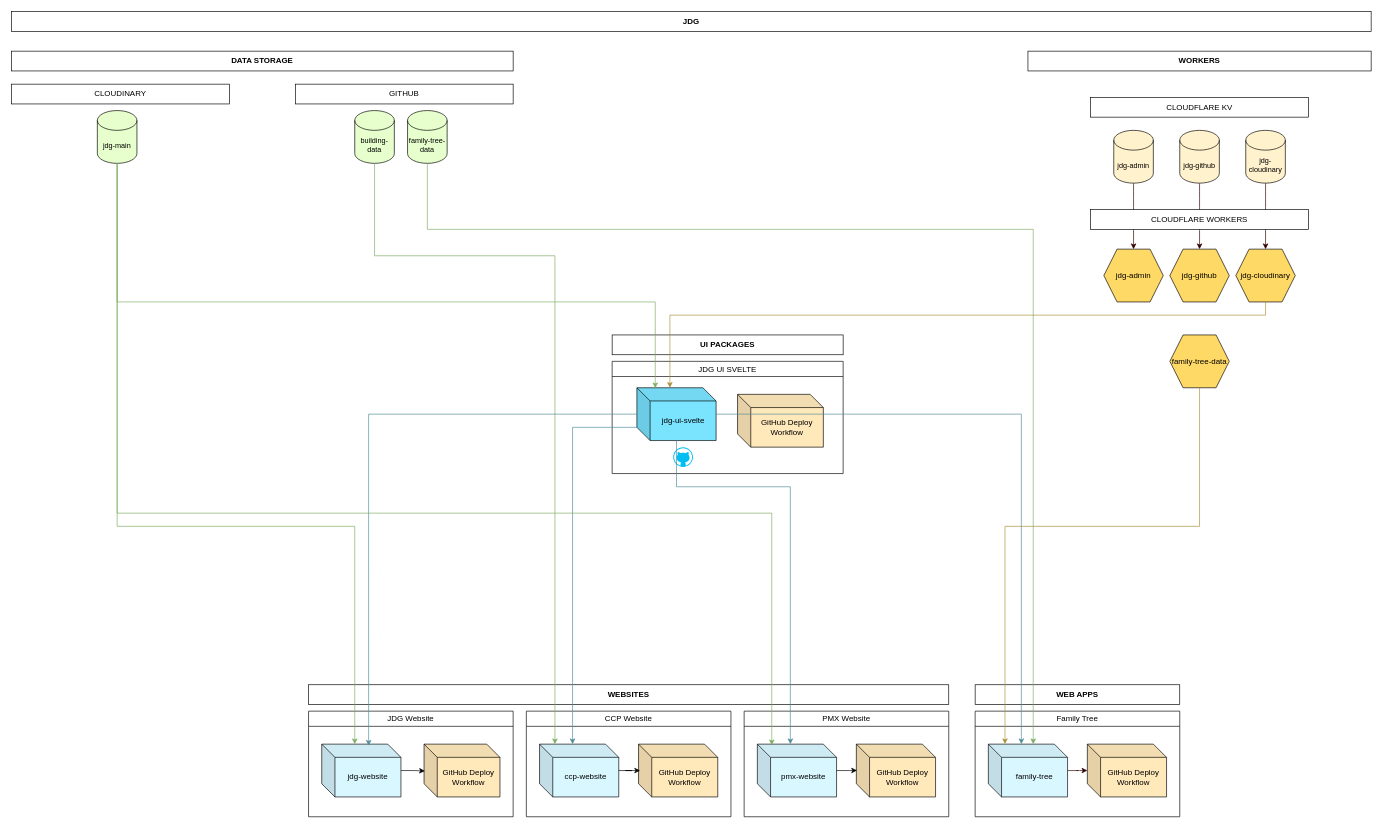
Before: JDG Org.drawio in deanstein/jdg-ops, a draw.io diagram. Source tidied: cells renumbered, new cells numbered last; positions are measured from the earlier drawing's top-left corner, leaving out a move shared by most shapes. Both pictures are drawn from the tidied source at 66%, with x=0, y=0 at pixel (11, 11).
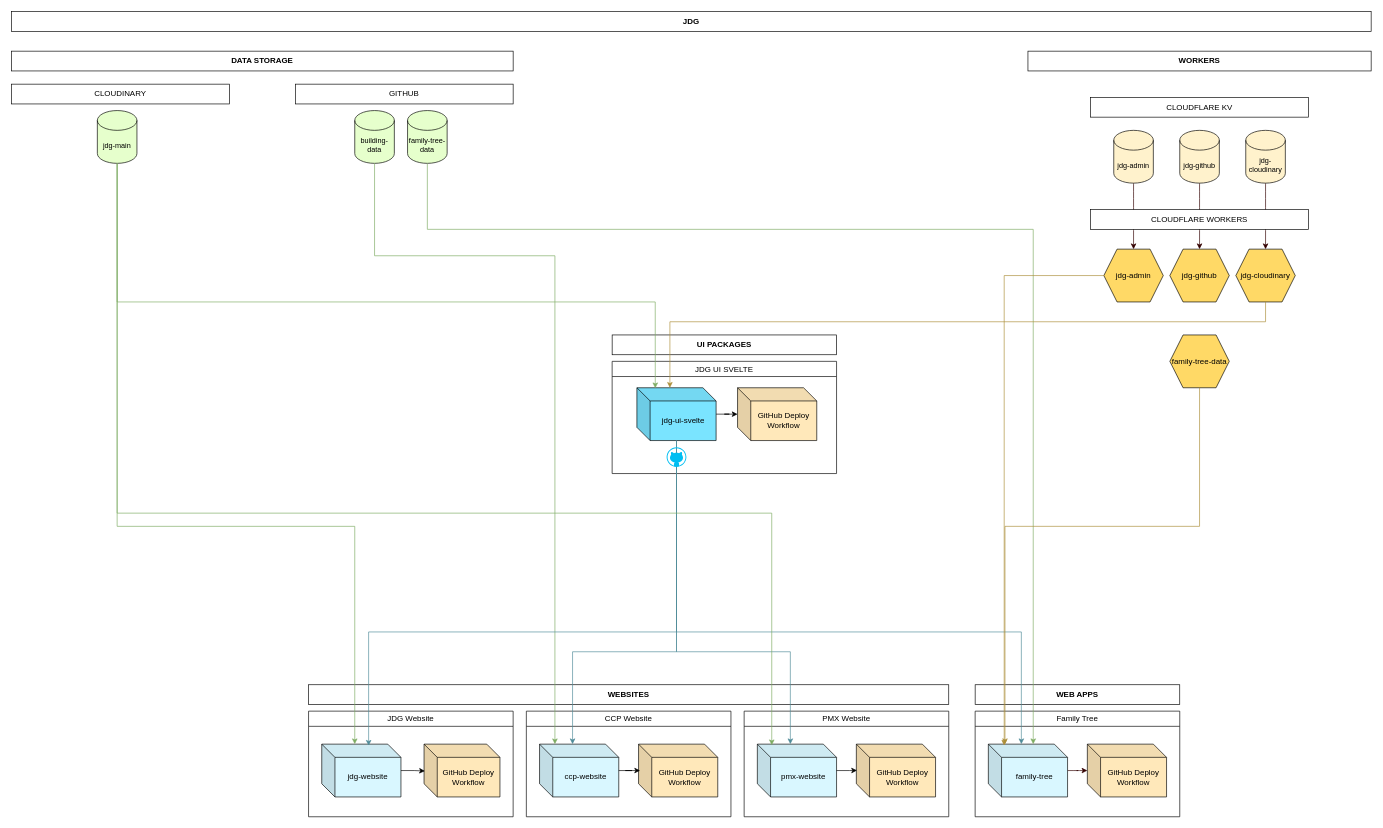
After the change.

Unchanged cells that the change refers to:
```xml
<mxCell id="3" value="jdg-ui-svelte" style="shape=cube;whiteSpace=wrap;html=1;boundedLbl=1;backgroundOutline=1;darkOpacity=0.05;darkOpacity2=0.1;fillColor=#7AE4FF;" parent="1" vertex="1">
  <mxGeometry x="947.5" y="570" width="120" height="80" as="geometry" />
</mxCell>
<mxCell id="6" value="family-tree" style="shape=cube;whiteSpace=wrap;html=1;boundedLbl=1;backgroundOutline=1;darkOpacity=0.05;darkOpacity2=0.1;fillColor=#D9F7FF;" parent="4" vertex="1">
  <mxGeometry x="20" y="50" width="120" height="80" as="geometry" />
</mxCell>
<mxCell id="9" value="jdg-website" style="shape=cube;whiteSpace=wrap;html=1;boundedLbl=1;backgroundOutline=1;darkOpacity=0.05;darkOpacity2=0.1;fillColor=#D9F7FF;" parent="8" vertex="1">
  <mxGeometry x="20" y="50" width="120" height="80" as="geometry" />
</mxCell>
<mxCell id="13" value="ccp-website" style="shape=cube;whiteSpace=wrap;html=1;boundedLbl=1;backgroundOutline=1;darkOpacity=0.05;darkOpacity2=0.1;fillColor=#D9F7FF;" parent="12" vertex="1">
  <mxGeometry x="20" y="50" width="120" height="80" as="geometry" />
</mxCell>
<mxCell id="17" value="pmx-website" style="shape=cube;whiteSpace=wrap;html=1;boundedLbl=1;backgroundOutline=1;darkOpacity=0.05;darkOpacity2=0.1;fillColor=#D9F7FF;" parent="16" vertex="1">
  <mxGeometry x="20" y="50" width="120" height="80" as="geometry" />
</mxCell>
<mxCell id="27" value="&lt;span style=&quot;font-size: 12px;&quot;&gt;jdg-admin&lt;/span&gt;" style="shape=hexagon;perimeter=hexagonPerimeter2;whiteSpace=wrap;html=1;fixedSize=1;fontFamily=Helvetica;fontSize=11;fontColor=default;labelBackgroundColor=none;fillColor=#FFD966;" parent="1" vertex="1">
  <mxGeometry x="1655" y="360" width="90" height="80" as="geometry" />
</mxCell>
<mxCell id="28" value="&lt;span style=&quot;font-size: 12px;&quot;&gt;jdg-cloudinary&lt;/span&gt;" style="shape=hexagon;perimeter=hexagonPerimeter2;whiteSpace=wrap;html=1;fixedSize=1;fontFamily=Helvetica;fontSize=11;fontColor=default;labelBackgroundColor=none;fillColor=#FFD966;" parent="1" vertex="1">
  <mxGeometry x="1855" y="360" width="90" height="80" as="geometry" />
</mxCell>
```

The edit, as a diff of the source:
```diff
@@
+    <mxCell id="56" style="edgeStyle=orthogonalEdgeStyle;rounded=0;jettySize=auto;html=1;" parent="1" edge="1" source="3" target="45">
+      <mxGeometry relative="1" as="geometry" />
+    </mxCell>
@@
     <mxCell id="22" value="UI PACKAGES" style="rounded=0;whiteSpace=wrap;html=1;fontStyle=1;" parent="1" vertex="1">
-      <mxGeometry x="910" y="490" width="350" height="30" as="geometry" />
+      <mxGeometry x="910" y="490" width="340" height="30" as="geometry" />
     </mxCell>
-    <mxCell id="23" style="verticalLabelPosition=bottom;html=1;verticalAlign=top;align=center;strokeColor=none;fillColor=#00BEF2;shape=mxgraph.azure.github_code;fontFamily=Helvetica;fontSize=11;fontColor=default;labelBackgroundColor=default;" parent="1" vertex="1">
-      <mxGeometry x="1002.5" y="660" width="30" height="30" as="geometry" />
-    </mxCell>
@@
     <mxCell id="44" value="JDG UI SVELTE" style="swimlane;whiteSpace=wrap;html=1;fontStyle=0;" parent="1" vertex="1">
-      <mxGeometry x="910" y="530" width="350" height="170" as="geometry" />
+      <mxGeometry x="910" y="530" width="340" height="170" as="geometry" />
     </mxCell>
     <mxCell id="45" value="GitHub Deploy Workflow" style="shape=cube;whiteSpace=wrap;html=1;boundedLbl=1;backgroundOutline=1;darkOpacity=0.05;darkOpacity2=0.1;fillColor=#FFE8BA;" parent="44" vertex="1">
-      <mxGeometry x="190" y="50" width="130" height="80" as="geometry" />
+      <mxGeometry x="190" y="40" width="120" height="80" as="geometry" />
     </mxCell>
@@
     <mxCell id="47" style="edgeStyle=orthogonalEdgeStyle;shape=connector;rounded=0;jettySize=auto;html=1;entryX=0;entryY=0;entryDx=50;entryDy=0;entryPerimeter=0;strokeColor=light-dark(#ac8e39, #ededed);align=center;verticalAlign=middle;fontFamily=Helvetica;fontSize=11;fontColor=default;labelBackgroundColor=default;elbow=vertical;endArrow=classic;" parent="1" edge="1" source="28" target="3">
       <mxGeometry relative="1" as="geometry">
         <Array as="points">
-          <mxPoint x="1900" y="460" />
-          <mxPoint x="998" y="460" />
+          <mxPoint x="1900" y="470" />
+          <mxPoint x="997" y="470" />
         </Array>
       </mxGeometry>
     </mxCell>
@@
     <mxCell id="49" style="edgeStyle=orthogonalEdgeStyle;rounded=0;jettySize=auto;html=1;entryX=0.592;entryY=0.029;entryDx=0;entryDy=0;entryPerimeter=0;strokeColor=light-dark(#508B99,#2566A8);align=center;verticalAlign=middle;fontFamily=Helvetica;fontSize=11;fontColor=default;labelBackgroundColor=default;elbow=vertical;endArrow=classic;" parent="1" edge="1" source="3" target="9">
-      <mxGeometry relative="1" as="geometry" />
+      <mxGeometry relative="1" as="geometry">
+        <Array as="points">
+          <mxPoint x="1008" y="940" />
+          <mxPoint x="541" y="940" />
+        </Array>
+      </mxGeometry>
     </mxCell>
     <mxCell id="50" style="edgeStyle=orthogonalEdgeStyle;rounded=0;jettySize=auto;html=1;entryX=0;entryY=0;entryDx=50;entryDy=0;entryPerimeter=0;strokeColor=light-dark(#508B99,#2566A8);align=center;verticalAlign=middle;fontFamily=Helvetica;fontSize=11;fontColor=default;labelBackgroundColor=default;elbow=vertical;endArrow=classic;" parent="1" edge="1" source="3" target="13">
       <mxGeometry relative="1" as="geometry">
         <Array as="points">
-          <mxPoint x="850" y="630" />
+          <mxPoint x="1008" y="970" />
+          <mxPoint x="850" y="970" />
         </Array>
       </mxGeometry>
     </mxCell>
     <mxCell id="51" style="edgeStyle=orthogonalEdgeStyle;rounded=0;jettySize=auto;html=1;entryX=0;entryY=0;entryDx=50;entryDy=0;entryPerimeter=0;strokeColor=light-dark(#508B99,#2566A8);align=center;verticalAlign=middle;fontFamily=Helvetica;fontSize=11;fontColor=default;labelBackgroundColor=default;elbow=vertical;endArrow=classic;" parent="1" edge="1" source="3" target="17">
       <mxGeometry relative="1" as="geometry">
         <Array as="points">
-          <mxPoint x="1008" y="720" />
-          <mxPoint x="1180" y="720" />
+          <mxPoint x="1008" y="970" />
+          <mxPoint x="1180" y="970" />
         </Array>
       </mxGeometry>
     </mxCell>
-    <mxCell id="52" style="edgeStyle=orthogonalEdgeStyle;rounded=0;jettySize=auto;html=1;entryX=0;entryY=0;entryDx=50;entryDy=0;entryPerimeter=0;strokeColor=light-dark(#508B99,#2566A8);align=center;verticalAlign=middle;fontFamily=Helvetica;fontSize=11;fontColor=default;labelBackgroundColor=default;elbow=vertical;endArrow=classic;" parent="1" edge="1" source="3" target="6">
-      <mxGeometry relative="1" as="geometry" />
+    <mxCell id="52" style="edgeStyle=orthogonalEdgeStyle;rounded=0;jettySize=auto;html=1;entryX=0;entryY=0;entryDx=50;entryDy=0;entryPerimeter=0;strokeColor=light-dark(#508B99,#2566A8);align=center;verticalAlign=middle;fontFamily=Helvetica;fontSize=11;fontColor=default;labelBackgroundColor=default;elbow=vertical;endArrow=classic;" parent="1" edge="1" source="23" target="6">
+      <mxGeometry relative="1" as="geometry">
+        <Array as="points">
+          <mxPoint x="1008" y="940" />
+          <mxPoint x="1530" y="940" />
+        </Array>
+      </mxGeometry>
     </mxCell>
@@
+    <mxCell id="57" style="edgeStyle=orthogonalEdgeStyle;rounded=0;jettySize=auto;html=1;entryX=0.2;entryY=0.028;entryDx=0;entryDy=0;entryPerimeter=0;strokeColor=light-dark(#ac8e39, #ededed);align=center;verticalAlign=middle;fontFamily=Helvetica;fontSize=11;fontColor=default;labelBackgroundColor=default;elbow=vertical;endArrow=classic;" parent="1" edge="1" source="27" target="6">
+      <mxGeometry relative="1" as="geometry" />
+    </mxCell>
+    <mxCell id="23" style="verticalLabelPosition=bottom;html=1;verticalAlign=top;align=center;strokeColor=none;fillColor=#00BEF2;shape=mxgraph.azure.github_code;fontFamily=Helvetica;fontSize=11;fontColor=default;labelBackgroundColor=default;" parent="1" vertex="1">
+      <mxGeometry x="992.5" y="660" width="30" height="30" as="geometry" />
+    </mxCell>
```
